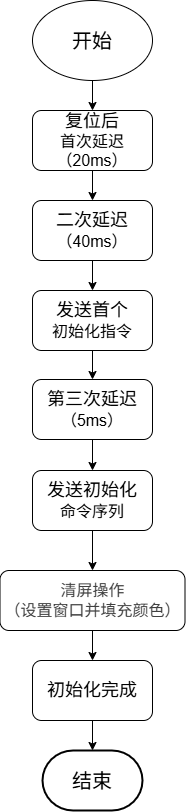
Above: lcd_init_drive.png in maple-m117/bysj_etc. (draw.io), before the change. Source tidied: cells renumbered, new cells last; positions are measured from the earlier drawing's top-left corner, leaving out a move shared by most shapes. Its diagram source:
```xml
<mxGraphModel>
  <root>
    <mxCell id="0" />
    <mxCell id="1" parent="0" />
    <mxCell id="2" style="edgeStyle=orthogonalEdgeStyle;rounded=0;jettySize=auto;html=1;" parent="1" edge="1" source="3" target="7">
      <mxGeometry relative="1" as="geometry" />
    </mxCell>
    <mxCell id="3" value="&lt;font style=&quot;font-size: 20px;&quot;&gt;开始&lt;/font&gt;" style="ellipse;whiteSpace=wrap;html=1;" parent="1" vertex="1">
      <mxGeometry x="32" width="120" height="80" as="geometry" />
    </mxCell>
    <mxCell id="4" style="edgeStyle=orthogonalEdgeStyle;rounded=0;jettySize=auto;html=1;exitX=0.5;exitY=1;exitDx=0;exitDy=0;entryX=0.5;entryY=0;entryDx=0;entryDy=0;" parent="1" edge="1" source="5" target="10">
      <mxGeometry relative="1" as="geometry" />
    </mxCell>
    <mxCell id="5" value="&lt;div&gt;&lt;font style=&quot;font-size: 18px;&quot;&gt;二次延迟&lt;/font&gt;&lt;/div&gt;&lt;div&gt;&lt;font size=&quot;3&quot;&gt;（40ms）&lt;/font&gt;&lt;/div&gt;" style="rounded=1;whiteSpace=wrap;html=1;" parent="1" vertex="1">
      <mxGeometry x="32" y="200" width="120" height="60" as="geometry" />
    </mxCell>
    <mxCell id="6" style="edgeStyle=orthogonalEdgeStyle;rounded=0;jettySize=auto;html=1;" parent="1" edge="1" source="7" target="5">
      <mxGeometry relative="1" as="geometry" />
    </mxCell>
    <mxCell id="7" value="&lt;font style=&quot;font-size: 18px;&quot;&gt;复位后&lt;/font&gt;&lt;div&gt;&lt;font size=&quot;3&quot;&gt;首次延迟（20ms）&lt;/font&gt;&lt;/div&gt;" style="rounded=1;whiteSpace=wrap;html=1;" parent="1" vertex="1">
      <mxGeometry x="32" y="110" width="120" height="60" as="geometry" />
    </mxCell>
    <mxCell id="8" value="&lt;font style=&quot;font-size: 20px;&quot;&gt;结束&lt;/font&gt;" style="strokeWidth=2;html=1;shape=mxgraph.flowchart.terminator;whiteSpace=wrap;" parent="1" vertex="1">
      <mxGeometry x="42" y="750" width="100" height="60" as="geometry" />
    </mxCell>
    <mxCell id="9" style="edgeStyle=orthogonalEdgeStyle;rounded=0;jettySize=auto;html=1;" parent="1" edge="1" source="10" target="12">
      <mxGeometry relative="1" as="geometry" />
    </mxCell>
    <mxCell id="10" value="&lt;font style=&quot;font-size: 18px;&quot;&gt;发送首个&lt;/font&gt;&lt;div&gt;&lt;font size=&quot;3&quot;&gt;初始化指令&lt;/font&gt;&lt;/div&gt;" style="rounded=1;whiteSpace=wrap;html=1;" parent="1" vertex="1">
      <mxGeometry x="32" y="290" width="120" height="60" as="geometry" />
    </mxCell>
    <mxCell id="11" style="edgeStyle=orthogonalEdgeStyle;rounded=0;jettySize=auto;html=1;" parent="1" edge="1" source="12" target="14">
      <mxGeometry relative="1" as="geometry" />
    </mxCell>
    <mxCell id="12" value="&lt;font style=&quot;font-size: 18px;&quot;&gt;第三次延迟&lt;/font&gt;&lt;div&gt;&lt;font size=&quot;3&quot;&gt;（5ms）&lt;/font&gt;&lt;/div&gt;" style="rounded=1;whiteSpace=wrap;html=1;" parent="1" vertex="1">
      <mxGeometry x="32" y="379" width="120" height="60" as="geometry" />
    </mxCell>
    <mxCell id="13" style="edgeStyle=orthogonalEdgeStyle;rounded=0;jettySize=auto;html=1;" parent="1" edge="1" source="14" target="16">
      <mxGeometry relative="1" as="geometry" />
    </mxCell>
    <mxCell id="14" value="&lt;font style=&quot;font-size: 18px;&quot;&gt;发送初始化&lt;/font&gt;&lt;div&gt;&lt;font size=&quot;3&quot;&gt;命令序列&lt;/font&gt;&lt;/div&gt;" style="rounded=1;whiteSpace=wrap;html=1;" parent="1" vertex="1">
      <mxGeometry x="32" y="470" width="120" height="60" as="geometry" />
    </mxCell>
    <mxCell id="15" style="edgeStyle=orthogonalEdgeStyle;rounded=0;jettySize=auto;html=1;" parent="1" edge="1" source="16" target="18">
      <mxGeometry relative="1" as="geometry" />
    </mxCell>
    <mxCell id="16" value="&lt;span style=&quot;color: rgb(64, 64, 64); font-size: 16.002px; text-align: left; background-color: rgb(255, 255, 255);&quot;&gt;清屏操作&lt;/span&gt;&lt;div&gt;&lt;span style=&quot;color: rgb(64, 64, 64); font-size: 16.002px; text-align: left; background-color: rgb(255, 255, 255);&quot;&gt;（设置窗口并填充颜色）&lt;/span&gt;&lt;/div&gt;" style="rounded=1;whiteSpace=wrap;html=1;" parent="1" vertex="1">
      <mxGeometry x="-0.5" y="570" width="185" height="60" as="geometry" />
    </mxCell>
    <mxCell id="17" style="edgeStyle=orthogonalEdgeStyle;rounded=0;jettySize=auto;html=1;" parent="1" edge="1" source="18" target="8">
      <mxGeometry relative="1" as="geometry" />
    </mxCell>
    <mxCell id="18" value="&lt;font style=&quot;font-size: 18px;&quot;&gt;初始化完成&lt;/font&gt;" style="rounded=1;whiteSpace=wrap;html=1;" parent="1" vertex="1">
      <mxGeometry x="32" y="660" width="120" height="60" as="geometry" />
    </mxCell>
  </root>
</mxGraphModel>
```
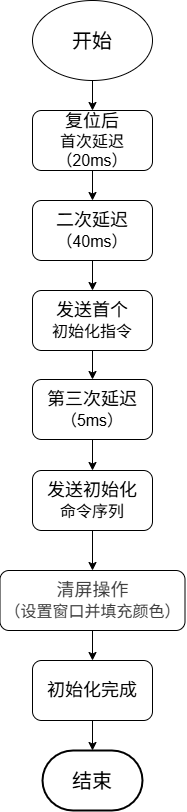
The same diagram one commit later.

What changed in the source:
```diff
@@ -44,7 +44,7 @@
     <mxCell id="15" style="edgeStyle=orthogonalEdgeStyle;rounded=0;jettySize=auto;html=1;" parent="1" edge="1" source="16" target="18">
       <mxGeometry relative="1" as="geometry" />
     </mxCell>
-    <mxCell id="16" value="&lt;span style=&quot;color: rgb(64, 64, 64); font-size: 16.002px; text-align: left; background-color: rgb(255, 255, 255);&quot;&gt;清屏操作&lt;/span&gt;&lt;div&gt;&lt;span style=&quot;color: rgb(64, 64, 64); font-size: 16.002px; text-align: left; background-color: rgb(255, 255, 255);&quot;&gt;（设置窗口并填充颜色）&lt;/span&gt;&lt;/div&gt;" style="rounded=1;whiteSpace=wrap;html=1;" parent="1" vertex="1">
+    <mxCell id="16" value="&lt;span style=&quot;color: rgb(64, 64, 64); text-align: left; background-color: rgb(255, 255, 255);&quot;&gt;&lt;font style=&quot;font-size: 18px;&quot;&gt;清屏操作&lt;/font&gt;&lt;/span&gt;&lt;div&gt;&lt;span style=&quot;color: rgb(64, 64, 64); text-align: left; background-color: rgb(255, 255, 255);&quot;&gt;&lt;font size=&quot;3&quot;&gt;（设置窗口并填充颜色）&lt;/font&gt;&lt;/span&gt;&lt;/div&gt;" style="rounded=1;whiteSpace=wrap;html=1;" parent="1" vertex="1">
       <mxGeometry x="-0.5" y="570" width="185" height="60" as="geometry" />
     </mxCell>
     <mxCell id="17" style="edgeStyle=orthogonalEdgeStyle;rounded=0;jettySize=auto;html=1;" parent="1" edge="1" source="18" target="8">
```
